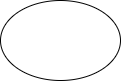
Before: task2/diagram2.drawio.png, a diagram exported from draw.io (Chasik335/work_C-). Source tidied: cells renumbered, new cells last; positions are measured from the earlier drawing's top-left corner, leaving out a move shared by most shapes.
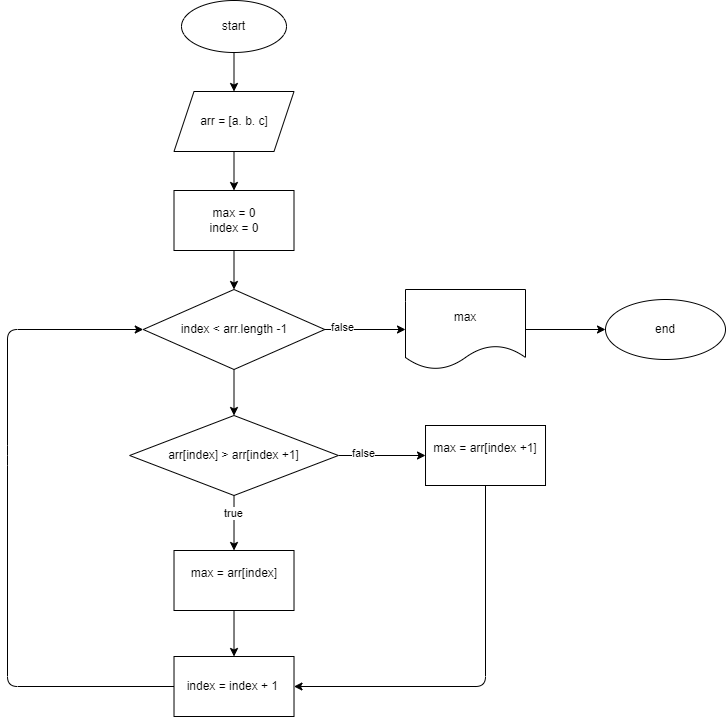
After the commit.

Commit message:
Построили диаграмму второй задачи

What changed in the source:
```diff
@@ -2,8 +2,87 @@
   <root>
     <mxCell id="0" />
     <mxCell id="1" parent="0" />
+    <mxCell id="3" style="edgeStyle=none;html=1;" parent="1" edge="1" source="2" target="5">
+      <mxGeometry relative="1" as="geometry" />
+    </mxCell>
-    <mxCell id="2" style="ellipse;whiteSpace=wrap;html=1;" parent="1" vertex="1">
-      <mxGeometry width="120" height="80" as="geometry" />
+    <mxCell id="2" value="start" style="ellipse;whiteSpace=wrap;html=1;" parent="1" vertex="1">
+      <mxGeometry width="105" height="52" as="geometry" />
     </mxCell>
+    <mxCell id="4" style="edgeStyle=none;html=1;" parent="1" edge="1" source="5" target="7">
+      <mxGeometry relative="1" as="geometry" />
+    </mxCell>
+    <mxCell id="5" value="arr = [a. b. c]" style="shape=parallelogram;perimeter=parallelogramPerimeter;whiteSpace=wrap;html=1;fixedSize=1;" parent="1" vertex="1">
+      <mxGeometry x="-7.5" y="91" width="120" height="60" as="geometry" />
+    </mxCell>
+    <mxCell id="6" style="edgeStyle=none;html=1;" parent="1" edge="1" source="7" target="11">
+      <mxGeometry relative="1" as="geometry" />
+    </mxCell>
+    <mxCell id="7" value="max = 0&lt;br&gt;index = 0" style="whiteSpace=wrap;html=1;" parent="1" vertex="1">
+      <mxGeometry x="-7.5" y="190" width="120" height="60" as="geometry" />
+    </mxCell>
+    <mxCell id="8" style="edgeStyle=none;html=1;" parent="1" edge="1" source="11" target="16">
+      <mxGeometry relative="1" as="geometry" />
+    </mxCell>
+    <mxCell id="9" style="edgeStyle=none;html=1;" parent="1" edge="1" source="11" target="24">
+      <mxGeometry relative="1" as="geometry" />
+    </mxCell>
+    <mxCell id="10" value="false" style="edgeLabel;html=1;align=center;verticalAlign=middle;" parent="9" vertex="1">
+      <mxGeometry x="-0.57" y="3" relative="1" as="geometry" />
+    </mxCell>
+    <mxCell id="11" value="index &amp;lt; arr.length -1" style="rhombus;whiteSpace=wrap;html=1;" parent="1" vertex="1">
+      <mxGeometry x="-38.2" y="289" width="181.5" height="80" as="geometry" />
+    </mxCell>
+    <mxCell id="12" style="edgeStyle=none;html=1;" parent="1" edge="1" source="16" target="18">
+      <mxGeometry relative="1" as="geometry" />
+    </mxCell>
+    <mxCell id="13" value="true" style="edgeLabel;html=1;align=center;verticalAlign=middle;" parent="12" vertex="1">
+      <mxGeometry x="-0.37" y="-1" relative="1" as="geometry" />
+    </mxCell>
+    <mxCell id="14" style="edgeStyle=none;html=1;entryX=0;entryY=0.5;entryDx=0;entryDy=0;" parent="1" edge="1" source="16" target="22">
+      <mxGeometry relative="1" as="geometry" />
+    </mxCell>
+    <mxCell id="15" value="false" style="edgeLabel;html=1;align=center;verticalAlign=middle;" parent="14" vertex="1">
+      <mxGeometry x="-0.42" y="3" relative="1" as="geometry" />
+    </mxCell>
+    <mxCell id="16" value="arr[index] &amp;gt; arr[index +1]" style="rhombus;whiteSpace=wrap;html=1;" parent="1" vertex="1">
+      <mxGeometry x="-51.9" y="415" width="208.8" height="80" as="geometry" />
+    </mxCell>
+    <mxCell id="17" style="edgeStyle=none;html=1;" parent="1" edge="1" source="18" target="20">
+      <mxGeometry relative="1" as="geometry" />
+    </mxCell>
+    <mxCell id="18" value="max = arr[index]&lt;br&gt;&amp;nbsp;" style="whiteSpace=wrap;html=1;" parent="1" vertex="1">
+      <mxGeometry x="-7.5" y="550" width="120" height="60" as="geometry" />
+    </mxCell>
+    <mxCell id="19" style="edgeStyle=none;html=1;entryX=0;entryY=0.5;entryDx=0;entryDy=0;" parent="1" edge="1" source="20" target="11">
+      <mxGeometry relative="1" as="geometry">
+        <Array as="points">
+          <mxPoint x="-174" y="686" />
+          <mxPoint x="-174" y="455" />
+          <mxPoint x="-174" y="329" />
+        </Array>
+      </mxGeometry>
+    </mxCell>
+    <mxCell id="20" value="index = index + 1&amp;nbsp;" style="whiteSpace=wrap;html=1;" parent="1" vertex="1">
+      <mxGeometry x="-7.5" y="656" width="120" height="60" as="geometry" />
+    </mxCell>
+    <mxCell id="21" style="edgeStyle=none;html=1;entryX=1;entryY=0.5;entryDx=0;entryDy=0;" parent="1" edge="1" source="22" target="20">
+      <mxGeometry relative="1" as="geometry">
+        <Array as="points">
+          <mxPoint x="304" y="686" />
+        </Array>
+      </mxGeometry>
+    </mxCell>
+    <mxCell id="22" value="max = arr[index +1]&lt;br&gt;&amp;nbsp;" style="whiteSpace=wrap;html=1;" parent="1" vertex="1">
+      <mxGeometry x="244" y="425" width="120" height="60" as="geometry" />
+    </mxCell>
+    <mxCell id="23" style="edgeStyle=none;html=1;" parent="1" edge="1" source="24" target="25">
+      <mxGeometry relative="1" as="geometry" />
+    </mxCell>
+    <mxCell id="24" value="max" style="shape=document;whiteSpace=wrap;html=1;boundedLbl=1;" parent="1" vertex="1">
+      <mxGeometry x="224" y="289" width="120" height="80" as="geometry" />
+    </mxCell>
+    <mxCell id="25" value="end" style="ellipse;whiteSpace=wrap;html=1;" parent="1" vertex="1">
+      <mxGeometry x="424" y="299" width="120" height="60" as="geometry" />
+    </mxCell>
   </root>
 </mxGraphModel>
```
